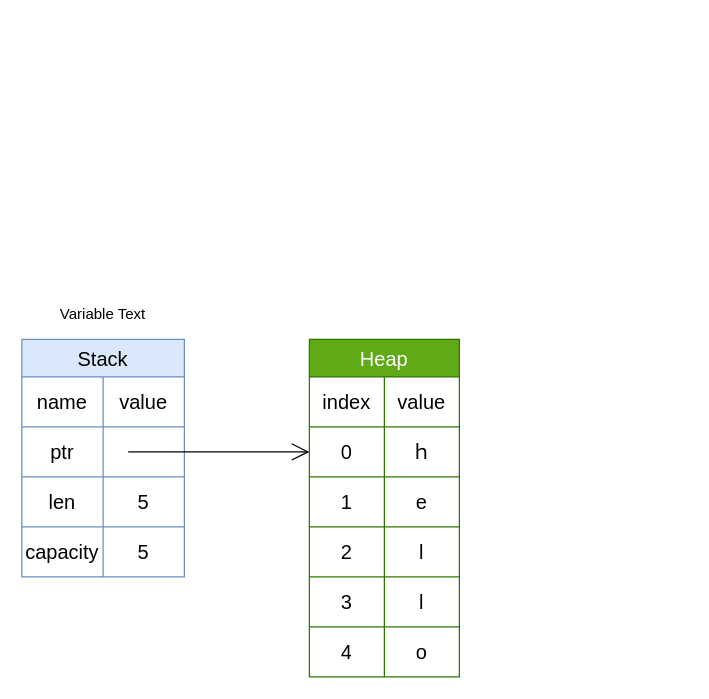
This is page "Page-1" (1 of 2) of Untitled Diagram.drawio from freehuoshan/codeblog_chart, a draw.io file, before an edit. Source tidied: cells renumbered, new cells numbered last; positions are measured from the earlier drawing's top-left corner, leaving out a move shared by most shapes. Both pictures are drawn from the tidied source at 125%, with x=0, y=0 at pixel (21, 301).
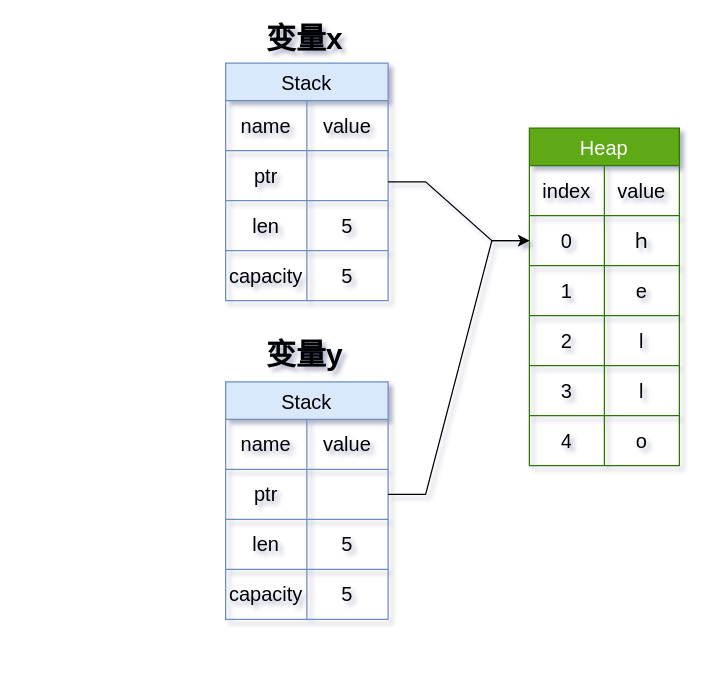
The same diagram, later.

Unchanged cells that the change refers to:
```xml
<mxCell id="6" style="shape=tableRow;horizontal=0;startSize=0;swimlaneHead=0;swimlaneBody=0;strokeColor=inherit;top=0;left=0;bottom=0;right=0;fillColor=none;points=[[0,0.5],[1,0.5]];portConstraint=eastwest;fontSize=16;" parent="2" vertex="1">
  <mxGeometry y="70" width="120" height="40" as="geometry" />
</mxCell>
```

Diff of the diagram source:
```diff
@@
-<mxGraphModel>
+<mxGraphModel background="#ffffff" shadow="1">
@@
     <mxCell id="2" value="Heap" style="shape=table;startSize=30;childLayout=tableLayout;strokeColor=#2D7600;fontSize=16;fillColor=#60a917;fontColor=#ffffff;" parent="1" vertex="1">
-      <mxGeometry x="230" y="30" width="120" height="270" as="geometry" />
+      <mxGeometry x="406" y="-139" width="120" height="270" as="geometry" />
     </mxCell>
@@
     <mxCell id="21" value="Stack" style="shape=table;startSize=30;childLayout=tableLayout;strokeColor=#6c8ebf;fontSize=16;fillColor=#dae8fc;" parent="1" vertex="1">
-      <mxGeometry y="30" width="130" height="190" as="geometry" />
+      <mxGeometry x="163" y="-191" width="130" height="190" as="geometry" />
     </mxCell>
@@
-    <mxCell id="34" style="endArrow=open;endFill=1;endSize=12;html=1;rounded=0;" parent="1" edge="1">
-      <mxGeometry relative="1" as="geometry">
-        <mxPoint x="85" y="120" as="sourcePoint" />
-        <mxPoint x="230" y="120" as="targetPoint" />
-      </mxGeometry>
-    </mxCell>
-    <object id="35" label="%name% Text" name="Variable" placeholders="1">
-      <mxCell style="text;html=1;strokeColor=none;fillColor=none;align=center;verticalAlign=middle;whiteSpace=wrap;overflow=hidden;" parent="1" vertex="1">
-        <mxGeometry x="25" width="80" height="20" as="geometry" />
-      </mxCell>
-    </object>
+    <mxCell id="36" value="变量x" style="text;strokeColor=none;fillColor=none;html=1;fontSize=24;fontStyle=1;verticalAlign=middle;align=center;" parent="1" vertex="1">
+      <mxGeometry x="181" y="-220" width="90" height="20" as="geometry" />
+    </mxCell>
+    <mxCell id="37" value="Stack" style="shape=table;startSize=30;childLayout=tableLayout;strokeColor=#6c8ebf;fontSize=16;fillColor=#dae8fc;" parent="1" vertex="1">
+      <mxGeometry x="163" y="64" width="130" height="190" as="geometry" />
+    </mxCell>
+    <mxCell id="38" style="shape=tableRow;horizontal=0;startSize=0;swimlaneHead=0;swimlaneBody=0;strokeColor=inherit;top=0;left=0;bottom=0;right=0;fillColor=none;fontSize=16;" parent="37" vertex="1">
+      <mxGeometry y="30" width="130" height="40" as="geometry" />
+    </mxCell>
+    <mxCell id="39" value="name" style="shape=partialRectangle;html=1;whiteSpace=wrap;strokeColor=inherit;overflow=hidden;fillColor=none;top=0;left=0;bottom=0;right=0;fontSize=16;" parent="38" vertex="1">
+      <mxGeometry width="65" height="40" as="geometry" />
+    </mxCell>
+    <mxCell id="40" value="value" style="shape=partialRectangle;html=1;whiteSpace=wrap;strokeColor=inherit;overflow=hidden;fillColor=none;top=0;left=0;bottom=0;right=0;fontSize=16;" parent="38" vertex="1">
+      <mxGeometry x="65" width="65" height="40" as="geometry" />
+    </mxCell>
+    <mxCell id="41" style="shape=tableRow;horizontal=0;startSize=0;swimlaneHead=0;swimlaneBody=0;strokeColor=inherit;top=0;left=0;bottom=0;right=0;fillColor=none;points=[[0,0.5],[1,0.5]];portConstraint=eastwest;fontSize=16;" parent="37" vertex="1">
+      <mxGeometry y="70" width="130" height="40" as="geometry" />
+    </mxCell>
+    <mxCell id="42" value="ptr" style="shape=partialRectangle;html=1;whiteSpace=wrap;strokeColor=inherit;overflow=hidden;fillColor=none;top=0;left=0;bottom=0;right=0;fontSize=16;" parent="41" vertex="1">
+      <mxGeometry width="65" height="40" as="geometry" />
+    </mxCell>
+    <mxCell id="43" style="shape=partialRectangle;html=1;whiteSpace=wrap;strokeColor=inherit;overflow=hidden;fillColor=none;top=0;left=0;bottom=0;right=0;fontSize=16;" parent="41" vertex="1">
+      <mxGeometry x="65" width="65" height="40" as="geometry" />
+    </mxCell>
+    <mxCell id="44" style="shape=tableRow;horizontal=0;startSize=0;swimlaneHead=0;swimlaneBody=0;strokeColor=inherit;top=0;left=0;bottom=0;right=0;fillColor=none;fontSize=16;" parent="37" vertex="1">
+      <mxGeometry y="110" width="130" height="40" as="geometry" />
+    </mxCell>
+    <mxCell id="45" value="len" style="shape=partialRectangle;html=1;whiteSpace=wrap;strokeColor=inherit;overflow=hidden;fillColor=none;top=0;left=0;bottom=0;right=0;fontSize=16;" parent="44" vertex="1">
+      <mxGeometry width="65" height="40" as="geometry" />
+    </mxCell>
+    <mxCell id="46" value="5" style="shape=partialRectangle;html=1;whiteSpace=wrap;strokeColor=inherit;overflow=hidden;fillColor=none;top=0;left=0;bottom=0;right=0;fontSize=16;" parent="44" vertex="1">
+      <mxGeometry x="65" width="65" height="40" as="geometry" />
+    </mxCell>
+    <mxCell id="47" style="shape=tableRow;horizontal=0;startSize=0;swimlaneHead=0;swimlaneBody=0;strokeColor=inherit;top=0;left=0;bottom=0;right=0;fillColor=none;fontSize=16;" parent="37" vertex="1">
+      <mxGeometry y="150" width="130" height="40" as="geometry" />
+    </mxCell>
+    <mxCell id="48" value="capacity" style="shape=partialRectangle;html=1;whiteSpace=wrap;strokeColor=inherit;overflow=hidden;fillColor=none;top=0;left=0;bottom=0;right=0;fontSize=16;" parent="47" vertex="1">
+      <mxGeometry width="65" height="40" as="geometry" />
+    </mxCell>
+    <mxCell id="49" value="5" style="shape=partialRectangle;html=1;whiteSpace=wrap;strokeColor=inherit;overflow=hidden;fillColor=none;top=0;left=0;bottom=0;right=0;fontSize=16;" parent="47" vertex="1">
+      <mxGeometry x="65" width="65" height="40" as="geometry" />
+    </mxCell>
+    <mxCell id="50" value="变量y" style="text;strokeColor=none;fillColor=none;html=1;fontSize=24;fontStyle=1;verticalAlign=middle;align=center;" parent="1" vertex="1">
+      <mxGeometry x="181" y="33" width="90" height="20" as="geometry" />
+    </mxCell>
+    <mxCell id="51" style="endArrow=classic;html=1;rounded=0;exitX=1;exitY=0.5;exitDx=0;exitDy=0;entryX=0;entryY=0.5;entryDx=0;entryDy=0;edgeStyle=entityRelationEdgeStyle;" parent="1" edge="1" source="41" target="6">
+      <mxGeometry relative="1" as="geometry" />
+    </mxCell>
+    <mxCell id="52" style="endArrow=classic;html=1;rounded=0;entryX=0;entryY=0.5;entryDx=0;entryDy=0;edgeStyle=entityRelationEdgeStyle;" parent="1" edge="1" target="6">
+      <mxGeometry relative="1" as="geometry">
+        <mxPoint x="293" y="-96" as="sourcePoint" />
+      </mxGeometry>
+    </mxCell>
```
